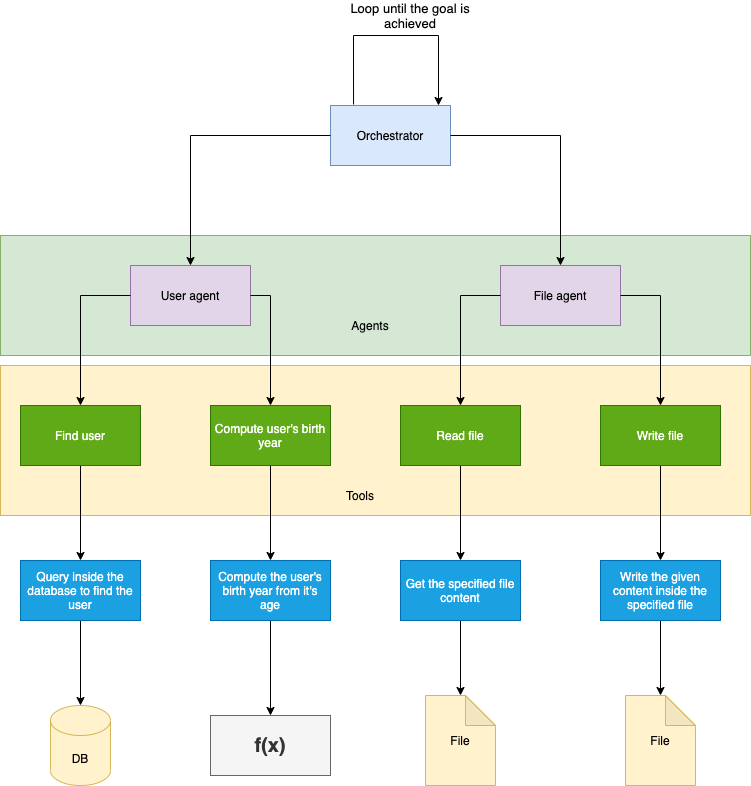
The draw.io diagram assets/braiin.png in TinyRabarioelina/braiin, before a commit. Source tidied: cells renumbered, new cells last; positions are measured from the earlier drawing's top-left corner, leaving out a move shared by most shapes.
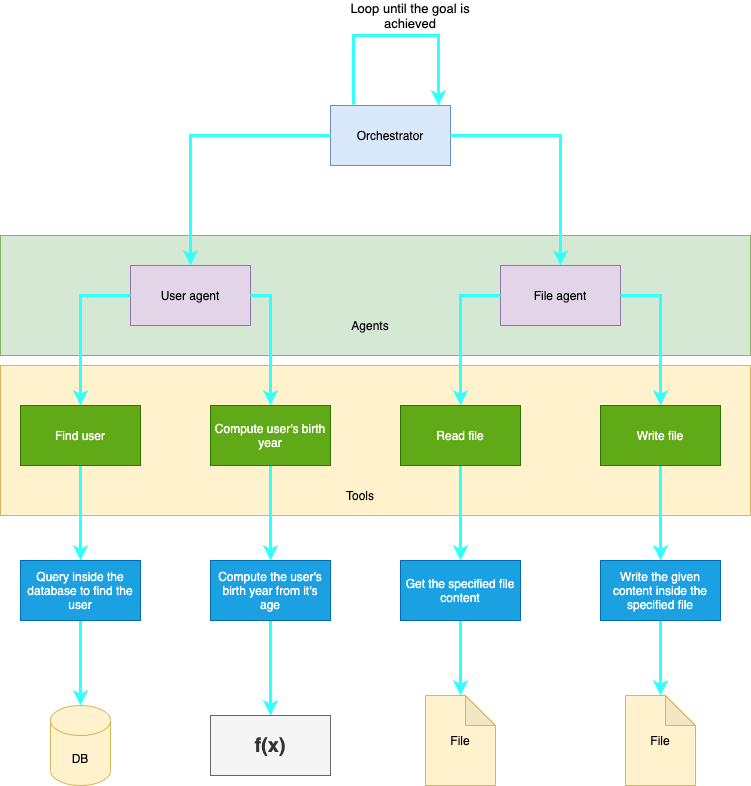
The same file after the commit.

Diff of the diagram source:
```diff
@@ -8,25 +8,25 @@
     <mxCell id="3" style="rounded=0;whiteSpace=wrap;html=1;fillColor=#fff2cc;strokeColor=#d6b656;" parent="1" vertex="1">
       <mxGeometry y="360" width="750" height="150" as="geometry" />
     </mxCell>
-    <mxCell id="4" style="edgeStyle=orthogonalEdgeStyle;rounded=0;jettySize=auto;html=1;entryX=0.5;entryY=0;entryDx=0;entryDy=0;" parent="1" edge="1" source="5" target="24">
+    <mxCell id="4" style="edgeStyle=orthogonalEdgeStyle;rounded=0;jettySize=auto;html=1;entryX=0.5;entryY=0;entryDx=0;entryDy=0;strokeColor=#33FFFF;strokeWidth=3;" parent="1" edge="1" source="5" target="24">
       <mxGeometry relative="1" as="geometry" />
     </mxCell>
     <mxCell id="5" value="Find user" style="rounded=0;whiteSpace=wrap;html=1;fillColor=#60a917;strokeColor=#2D7600;fontColor=#ffffff;" parent="1" vertex="1">
       <mxGeometry x="20" y="400" width="120" height="60" as="geometry" />
     </mxCell>
-    <mxCell id="6" style="edgeStyle=orthogonalEdgeStyle;rounded=0;jettySize=auto;html=1;entryX=0.5;entryY=0;entryDx=0;entryDy=0;" parent="1" edge="1" source="7" target="26">
+    <mxCell id="6" style="edgeStyle=orthogonalEdgeStyle;rounded=0;jettySize=auto;html=1;entryX=0.5;entryY=0;entryDx=0;entryDy=0;strokeColor=#33FFFF;strokeWidth=3;" parent="1" edge="1" source="7" target="26">
       <mxGeometry relative="1" as="geometry" />
     </mxCell>
     <mxCell id="7" value="Compute user's birth year" style="rounded=0;whiteSpace=wrap;html=1;fillColor=#60a917;strokeColor=#2D7600;fontColor=#ffffff;" parent="1" vertex="1">
       <mxGeometry x="210" y="400" width="120" height="60" as="geometry" />
     </mxCell>
-    <mxCell id="8" style="edgeStyle=orthogonalEdgeStyle;rounded=0;jettySize=auto;html=1;entryX=0.5;entryY=0;entryDx=0;entryDy=0;" parent="1" edge="1" source="9" target="28">
+    <mxCell id="8" style="edgeStyle=orthogonalEdgeStyle;rounded=0;jettySize=auto;html=1;entryX=0.5;entryY=0;entryDx=0;entryDy=0;strokeColor=#33FFFF;strokeWidth=3;" parent="1" edge="1" source="9" target="28">
       <mxGeometry relative="1" as="geometry" />
     </mxCell>
     <mxCell id="9" value="Read file" style="rounded=0;whiteSpace=wrap;html=1;fillColor=#60a917;strokeColor=#2D7600;fontColor=#ffffff;" parent="1" vertex="1">
       <mxGeometry x="400" y="400" width="120" height="60" as="geometry" />
     </mxCell>
-    <mxCell id="10" style="edgeStyle=orthogonalEdgeStyle;rounded=0;jettySize=auto;html=1;entryX=0.5;entryY=0;entryDx=0;entryDy=0;" parent="1" edge="1" source="11" target="30">
+    <mxCell id="10" style="edgeStyle=orthogonalEdgeStyle;rounded=0;jettySize=auto;html=1;entryX=0.5;entryY=0;entryDx=0;entryDy=0;strokeColor=#33FFFF;strokeWidth=3;" parent="1" edge="1" source="11" target="30">
       <mxGeometry relative="1" as="geometry" />
     </mxCell>
     <mxCell id="11" value="Write file" style="rounded=0;whiteSpace=wrap;html=1;fillColor=#60a917;strokeColor=#2D7600;fontColor=#ffffff;" parent="1" vertex="1">
@@ -38,12 +38,12 @@
     <mxCell id="13" style="rounded=0;whiteSpace=wrap;html=1;fillColor=#d5e8d4;strokeColor=#82b366;" parent="1" vertex="1">
       <mxGeometry y="230" width="750" height="120" as="geometry" />
     </mxCell>
-    <mxCell id="14" style="edgeStyle=orthogonalEdgeStyle;rounded=0;jettySize=auto;html=1;" parent="1" edge="1" target="16">
+    <mxCell id="14" style="edgeStyle=orthogonalEdgeStyle;rounded=0;jettySize=auto;html=1;strokeColor=#33FFFF;strokeWidth=3;" parent="1" edge="1" target="16">
       <mxGeometry relative="1" as="geometry">
         <mxPoint x="330" y="130" as="sourcePoint" />
       </mxGeometry>
     </mxCell>
-    <mxCell id="15" style="edgeStyle=orthogonalEdgeStyle;rounded=0;jettySize=auto;html=1;entryX=0.5;entryY=0;entryDx=0;entryDy=0;" parent="1" edge="1" target="17">
+    <mxCell id="15" style="edgeStyle=orthogonalEdgeStyle;rounded=0;jettySize=auto;html=1;entryX=0.5;entryY=0;entryDx=0;entryDy=0;strokeColor=#33FFFF;strokeWidth=3;" parent="1" edge="1" target="17">
       <mxGeometry relative="1" as="geometry">
         <mxPoint x="450" y="130" as="sourcePoint" />
       </mxGeometry>
@@ -54,25 +54,25 @@
     <mxCell id="17" value="File agent" style="rounded=0;whiteSpace=wrap;html=1;fillColor=#e1d5e7;strokeColor=#9673a6;" parent="1" vertex="1">
       <mxGeometry x="500" y="260" width="120" height="60" as="geometry" />
     </mxCell>
-    <mxCell id="18" style="edgeStyle=orthogonalEdgeStyle;rounded=0;orthogonalLoop=1;jettySize=auto;html=1;entryX=0.5;entryY=0;entryDx=0;entryDy=0;exitX=0;exitY=0.5;exitDx=0;exitDy=0;" parent="1" edge="1">
+    <mxCell id="18" style="edgeStyle=orthogonalEdgeStyle;rounded=0;orthogonalLoop=1;jettySize=auto;html=1;entryX=0.5;entryY=0;entryDx=0;entryDy=0;exitX=0;exitY=0.5;exitDx=0;exitDy=0;strokeColor=#33FFFF;strokeWidth=3;" parent="1" edge="1">
       <mxGeometry relative="1" as="geometry">
         <mxPoint x="500" y="290" as="sourcePoint" />
         <mxPoint x="460" y="400" as="targetPoint" />
       </mxGeometry>
     </mxCell>
-    <mxCell id="19" style="edgeStyle=orthogonalEdgeStyle;rounded=0;orthogonalLoop=1;jettySize=auto;html=1;" parent="1" edge="1">
+    <mxCell id="19" style="edgeStyle=orthogonalEdgeStyle;rounded=0;orthogonalLoop=1;jettySize=auto;html=1;strokeColor=#33FFFF;strokeWidth=3;" parent="1" edge="1">
       <mxGeometry relative="1" as="geometry">
         <mxPoint x="620" y="290" as="sourcePoint" />
         <mxPoint x="660" y="400" as="targetPoint" />
       </mxGeometry>
     </mxCell>
-    <mxCell id="20" style="edgeStyle=orthogonalEdgeStyle;rounded=0;orthogonalLoop=1;jettySize=auto;html=1;entryX=0.5;entryY=0;entryDx=0;entryDy=0;" parent="1" edge="1">
+    <mxCell id="20" style="edgeStyle=orthogonalEdgeStyle;rounded=0;orthogonalLoop=1;jettySize=auto;html=1;entryX=0.5;entryY=0;entryDx=0;entryDy=0;strokeColor=#33FFFF;strokeWidth=3;" parent="1" edge="1">
       <mxGeometry relative="1" as="geometry">
         <mxPoint x="250" y="290" as="sourcePoint" />
         <mxPoint x="270" y="400" as="targetPoint" />
       </mxGeometry>
     </mxCell>
-    <mxCell id="21" style="edgeStyle=orthogonalEdgeStyle;rounded=0;orthogonalLoop=1;jettySize=auto;html=1;entryX=0.5;entryY=0;entryDx=0;entryDy=0;" parent="1" edge="1">
+    <mxCell id="21" style="edgeStyle=orthogonalEdgeStyle;rounded=0;orthogonalLoop=1;jettySize=auto;html=1;entryX=0.5;entryY=0;entryDx=0;entryDy=0;strokeColor=#33FFFF;strokeWidth=3;" parent="1" edge="1">
       <mxGeometry relative="1" as="geometry">
         <mxPoint x="130" y="290" as="sourcePoint" />
         <mxPoint x="80" y="400" as="targetPoint" />
@@ -81,25 +81,25 @@
     <mxCell id="22" value="Agents" style="text;html=1;strokeColor=none;fillColor=none;align=center;verticalAlign=middle;whiteSpace=wrap;rounded=0;" parent="1" vertex="1">
       <mxGeometry x="350" y="310" width="40" height="20" as="geometry" />
     </mxCell>
-    <mxCell id="23" style="edgeStyle=orthogonalEdgeStyle;rounded=0;jettySize=auto;html=1;" parent="1" edge="1" source="24" target="31">
+    <mxCell id="23" style="edgeStyle=orthogonalEdgeStyle;rounded=0;jettySize=auto;html=1;strokeColor=#33FFFF;strokeWidth=3;" parent="1" edge="1" source="24" target="31">
       <mxGeometry relative="1" as="geometry" />
     </mxCell>
     <mxCell id="24" value="Query inside the database to find the user" style="rounded=0;whiteSpace=wrap;html=1;fillColor=#1ba1e2;strokeColor=#006EAF;fontColor=#ffffff;" parent="1" vertex="1">
       <mxGeometry x="20" y="555" width="120" height="60" as="geometry" />
     </mxCell>
-    <mxCell id="25" style="edgeStyle=orthogonalEdgeStyle;rounded=0;jettySize=auto;html=1;entryX=0.5;entryY=0;entryDx=0;entryDy=0;fontSize=20;" parent="1" edge="1" source="26" target="34">
+    <mxCell id="25" style="edgeStyle=orthogonalEdgeStyle;rounded=0;jettySize=auto;html=1;entryX=0.5;entryY=0;entryDx=0;entryDy=0;fontSize=20;strokeColor=#33FFFF;strokeWidth=3;" parent="1" edge="1" source="26" target="34">
       <mxGeometry relative="1" as="geometry" />
     </mxCell>
     <mxCell id="26" value="Compute the user's birth year from it's age" style="rounded=0;whiteSpace=wrap;html=1;fillColor=#1ba1e2;strokeColor=#006EAF;fontColor=#ffffff;" parent="1" vertex="1">
       <mxGeometry x="210" y="555" width="120" height="60" as="geometry" />
     </mxCell>
-    <mxCell id="27" style="edgeStyle=orthogonalEdgeStyle;rounded=0;jettySize=auto;html=1;entryX=0.5;entryY=0;entryDx=0;entryDy=0;entryPerimeter=0;" parent="1" edge="1" source="28" target="32">
+    <mxCell id="27" style="edgeStyle=orthogonalEdgeStyle;rounded=0;jettySize=auto;html=1;entryX=0.5;entryY=0;entryDx=0;entryDy=0;entryPerimeter=0;strokeColor=#33FFFF;strokeWidth=3;" parent="1" edge="1" source="28" target="32">
       <mxGeometry relative="1" as="geometry" />
     </mxCell>
     <mxCell id="28" value="Get the specified file content" style="rounded=0;whiteSpace=wrap;html=1;fillColor=#1ba1e2;strokeColor=#006EAF;fontColor=#ffffff;" parent="1" vertex="1">
       <mxGeometry x="400" y="555" width="120" height="60" as="geometry" />
     </mxCell>
-    <mxCell id="29" style="edgeStyle=orthogonalEdgeStyle;rounded=0;jettySize=auto;html=1;entryX=0.5;entryY=0;entryDx=0;entryDy=0;entryPerimeter=0;" parent="1" edge="1" source="30" target="33">
+    <mxCell id="29" style="edgeStyle=orthogonalEdgeStyle;rounded=0;jettySize=auto;html=1;entryX=0.5;entryY=0;entryDx=0;entryDy=0;entryPerimeter=0;strokeColor=#33FFFF;strokeWidth=3;" parent="1" edge="1" source="30" target="33">
       <mxGeometry relative="1" as="geometry" />
     </mxCell>
     <mxCell id="30" value="Write the given content inside the specified file" style="rounded=0;whiteSpace=wrap;html=1;fillColor=#1ba1e2;strokeColor=#006EAF;fontColor=#ffffff;" parent="1" vertex="1">
@@ -117,7 +117,7 @@
     <mxCell id="34" value="f(x)" style="rounded=0;whiteSpace=wrap;html=1;fillColor=#f5f5f5;fontStyle=1;fontSize=20;strokeColor=#666666;fontColor=#333333;" parent="1" vertex="1">
       <mxGeometry x="210" y="710" width="120" height="60" as="geometry" />
     </mxCell>
-    <mxCell id="35" style="edgeStyle=orthogonalEdgeStyle;rounded=0;orthogonalLoop=1;jettySize=auto;html=1;entryX=0.9;entryY=0;entryDx=0;entryDy=0;entryPerimeter=0;fontSize=20;exitX=0.192;exitY=-0.017;exitDx=0;exitDy=0;exitPerimeter=0;" parent="1" edge="1" source="2" target="2">
+    <mxCell id="35" style="edgeStyle=orthogonalEdgeStyle;rounded=0;orthogonalLoop=1;jettySize=auto;html=1;entryX=0.9;entryY=0;entryDx=0;entryDy=0;entryPerimeter=0;fontSize=20;exitX=0.192;exitY=-0.017;exitDx=0;exitDy=0;exitPerimeter=0;fontColor=#A3FCFF;strokeColor=#33FFFF;strokeWidth=3;" parent="1" edge="1" source="2" target="2">
       <mxGeometry relative="1" as="geometry">
         <Array as="points">
           <mxPoint x="353" y="30" />
```
